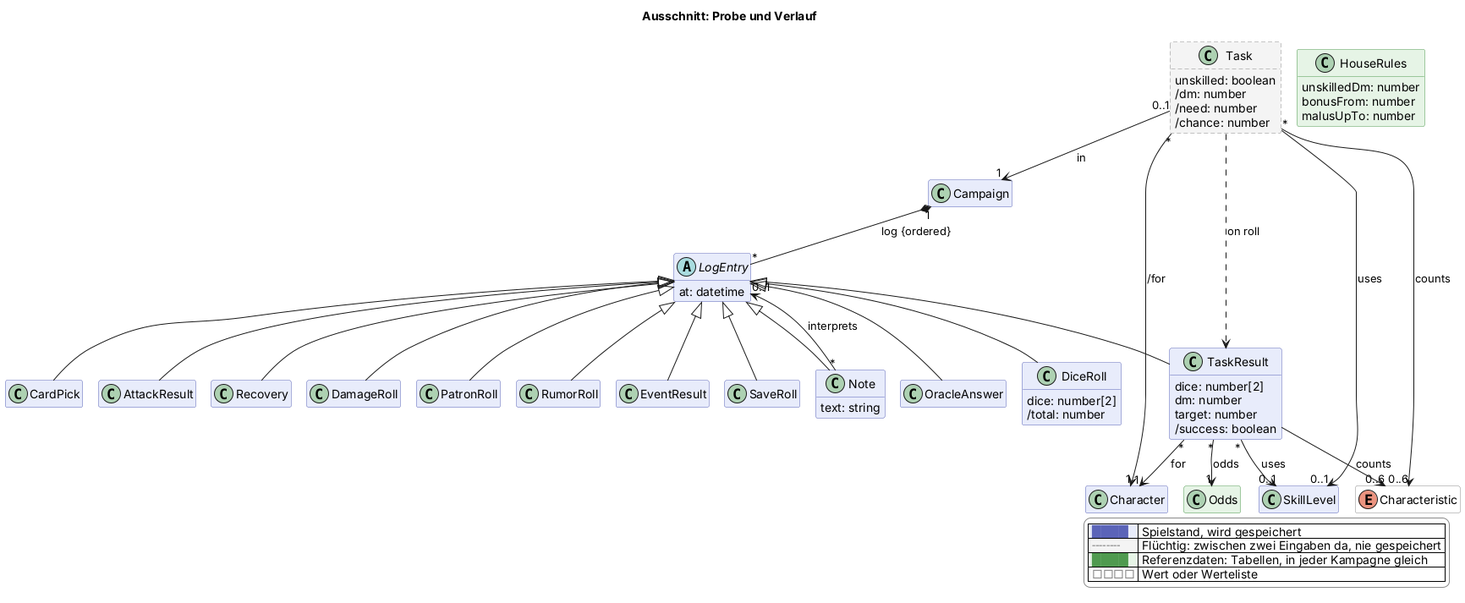
Before: docs/views/probe.png, a diagram exported from PlantUML (scuzzar/SRE).
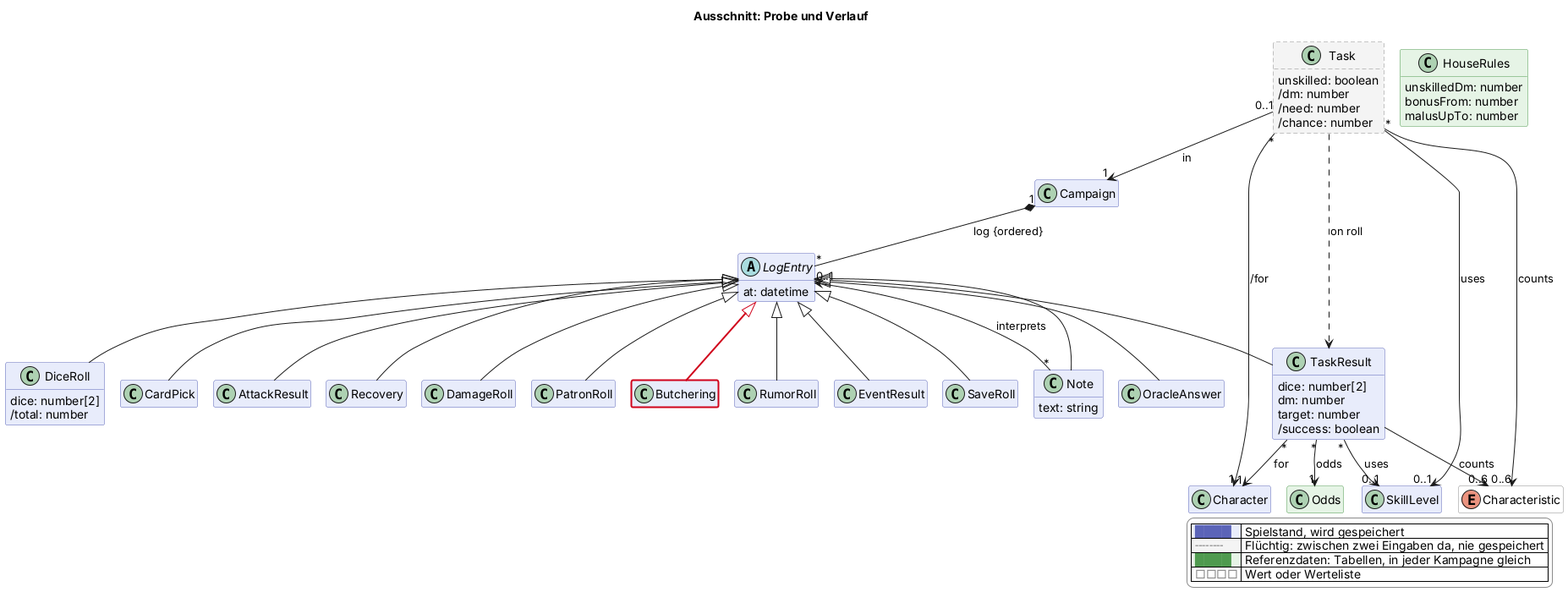
Above is the later version.

Diff of the diagram source:
```diff
@@ -85,6 +85,7 @@
     text: string
   }
   class PatronRoll $begegnung
+  class Butchering $begegnung $newClass("2026-11-13")
   class RumorRoll $begegnung
   class EventResult $begegnung
   class SaveRoll $begegnung
@@ -130,6 +131,7 @@
 LogEntry <|-- Note
 LogEntry <|-- PatronRoll
 LogEntry <|-- RumorRoll
+LogEntry <|-$newArrow("2026-11-13")- Butchering
 Note "*" --> "0..1" LogEntry : interprets
 TaskResult "*" --> "1" Character : for
 TaskResult "*" --> "0..1" SkillLevel : uses
```
